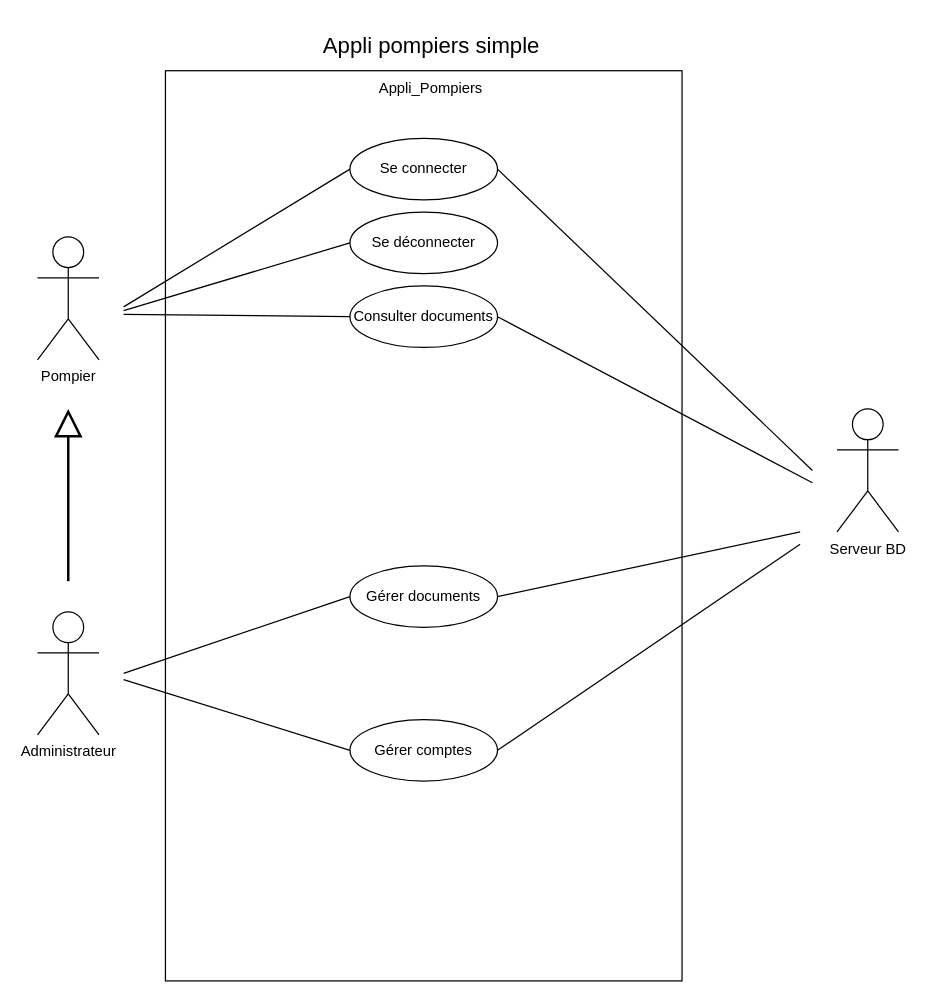
DorianLudm/Appli_Pompiers keeps this draw.io diagram as page "CU simple" (1 of 2) of CasUtilisation.drawio. Above is the earlier version. Source tidied: cells renumbered, new cells numbered last; positions are measured from the earlier drawing's top-left corner, leaving out a move shared by most shapes. Both pictures are drawn from the tidied source at 123%, with x=0, y=0 at pixel (37, 21).
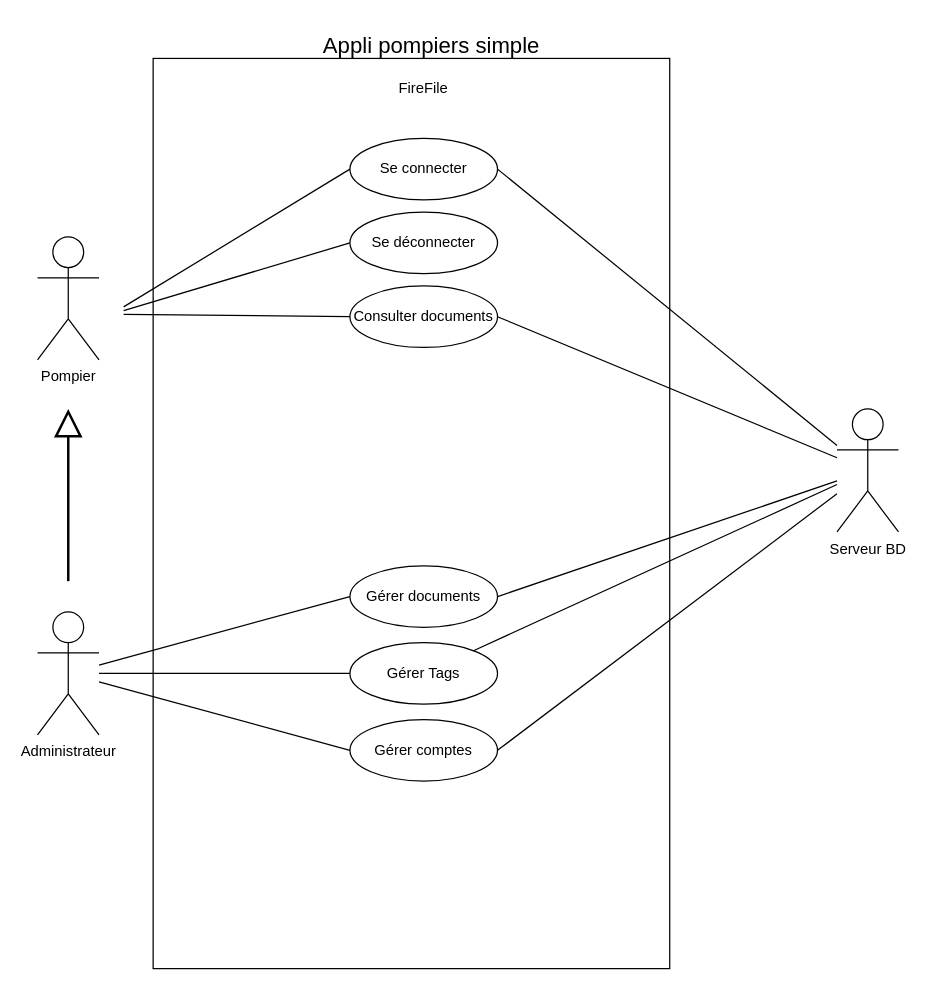
The same diagram, later.

The change refers to these unchanged cells:
```xml
<mxCell id="4" value="Administrateur" style="shape=umlActor;verticalLabelPosition=bottom;verticalAlign=top;html=1;outlineConnect=0;" parent="1" vertex="1">
  <mxGeometry y="480" width="50" height="100" as="geometry" />
</mxCell>
<mxCell id="6" value="Se connecter" style="ellipse;whiteSpace=wrap;html=1;" parent="1" vertex="1">
  <mxGeometry x="254" y="95" width="120" height="50" as="geometry" />
</mxCell>
<mxCell id="8" value="Serveur BD" style="shape=umlActor;verticalLabelPosition=bottom;verticalAlign=top;html=1;outlineConnect=0;" parent="1" vertex="1">
  <mxGeometry x="650" y="315" width="50" height="100" as="geometry" />
</mxCell>
<mxCell id="10" value="Consulter documents" style="ellipse;whiteSpace=wrap;html=1;" parent="1" vertex="1">
  <mxGeometry x="254" y="215" width="120" height="50" as="geometry" />
</mxCell>
<mxCell id="16" value="Gérer documents" style="ellipse;whiteSpace=wrap;html=1;" parent="1" vertex="1">
  <mxGeometry x="254" y="442.5" width="120" height="50" as="geometry" />
</mxCell>
<mxCell id="17" value="Se déconnecter" style="ellipse;whiteSpace=wrap;html=1;" parent="1" vertex="1">
  <mxGeometry x="254" y="155" width="120" height="50" as="geometry" />
</mxCell>
<mxCell id="20" value="Gérer comptes" style="ellipse;whiteSpace=wrap;html=1;" parent="1" vertex="1">
  <mxGeometry x="254" y="567.5" width="120" height="50" as="geometry" />
</mxCell>
```

What changed in the source:
```diff
@@
+    <mxCell id="5" style="rounded=0;whiteSpace=wrap;html=1;fillColor=none;" parent="1" vertex="1">
+      <mxGeometry x="94" y="30" width="420" height="740" as="geometry" />
+    </mxCell>
@@
-    <mxCell id="3" style="edgeStyle=orthogonalEdgeStyle;rounded=0;orthogonalLoop=1;jettySize=auto;html=1;endArrow=block;endFill=0;jumpSize=10;strokeWidth=2;targetPerimeterSpacing=0;endSize=18;" parent="1" edge="1">
-      <mxGeometry relative="1" as="geometry">
-        <mxPoint x="25" y="455" as="sourcePoint" />
-        <mxPoint x="25" y="315" as="targetPoint" />
-      </mxGeometry>
-    </mxCell>
+    <mxCell id="23" style="edgeStyle=orthogonalEdgeStyle;rounded=0;orthogonalLoop=1;jettySize=auto;html=1;endArrow=block;endFill=0;jumpSize=10;strokeWidth=2;targetPerimeterSpacing=0;endSize=18;" parent="1" edge="1">
+      <mxGeometry relative="1" as="geometry">
+        <mxPoint x="25" y="455" as="sourcePoint" />
+        <mxPoint x="25" y="315" as="targetPoint" />
+      </mxGeometry>
+    </mxCell>
@@
-    <mxCell id="5" style="rounded=0;whiteSpace=wrap;html=1;fillColor=none;" parent="1" vertex="1">
-      <mxGeometry x="104" y="40" width="420" height="740" as="geometry" />
-    </mxCell>
@@
-    <mxCell id="7" value="Appli_Pompiers" style="text;html=1;strokeColor=none;fillColor=none;align=center;verticalAlign=middle;whiteSpace=wrap;rounded=0;" parent="1" vertex="1">
-      <mxGeometry x="270" y="40" width="100" height="30" as="geometry" />
-    </mxCell>
+    <mxCell id="24" value="FireFile" style="text;html=1;strokeColor=none;fillColor=none;align=center;verticalAlign=middle;whiteSpace=wrap;rounded=0;" parent="1" vertex="1">
+      <mxGeometry x="264" y="40" width="100" height="30" as="geometry" />
+    </mxCell>
@@
-    <mxCell id="9" style="endArrow=none;html=1;rounded=0;exitX=1;exitY=0.5;exitDx=0;exitDy=0;" parent="1" edge="1" source="6">
-      <mxGeometry relative="1" as="geometry">
-        <mxPoint x="630" y="365" as="targetPoint" />
-      </mxGeometry>
-    </mxCell>
+    <mxCell id="25" style="endArrow=none;html=1;rounded=0;exitX=1;exitY=0.5;exitDx=0;exitDy=0;" parent="1" edge="1" source="6" target="8">
+      <mxGeometry relative="1" as="geometry" />
+    </mxCell>
@@
-    <mxCell id="11" style="endArrow=none;html=1;rounded=0;entryX=0;entryY=0.5;entryDx=0;entryDy=0;" parent="1" edge="1" target="6">
-      <mxGeometry relative="1" as="geometry">
-        <mxPoint x="70" y="232" as="sourcePoint" />
-      </mxGeometry>
-    </mxCell>
-    <mxCell id="12" style="endArrow=none;html=1;rounded=0;entryX=0;entryY=0.5;entryDx=0;entryDy=0;" parent="1" edge="1" target="10">
-      <mxGeometry relative="1" as="geometry">
-        <mxPoint x="70" y="238" as="sourcePoint" />
-      </mxGeometry>
-    </mxCell>
-    <mxCell id="13" style="endArrow=none;html=1;rounded=0;exitX=1;exitY=0.5;exitDx=0;exitDy=0;" parent="1" edge="1" source="10">
-      <mxGeometry relative="1" as="geometry">
-        <mxPoint x="630" y="375" as="targetPoint" />
-      </mxGeometry>
-    </mxCell>
+    <mxCell id="26" style="endArrow=none;html=1;rounded=0;entryX=0;entryY=0.5;entryDx=0;entryDy=0;" parent="1" edge="1" target="6">
+      <mxGeometry relative="1" as="geometry">
+        <mxPoint x="70" y="232" as="sourcePoint" />
+      </mxGeometry>
+    </mxCell>
+    <mxCell id="27" style="endArrow=none;html=1;rounded=0;entryX=0;entryY=0.5;entryDx=0;entryDy=0;" parent="1" edge="1" target="10">
+      <mxGeometry relative="1" as="geometry">
+        <mxPoint x="70" y="238" as="sourcePoint" />
+      </mxGeometry>
+    </mxCell>
+    <mxCell id="28" style="endArrow=none;html=1;rounded=0;exitX=1;exitY=0.5;exitDx=0;exitDy=0;" parent="1" edge="1" source="10" target="8">
+      <mxGeometry relative="1" as="geometry" />
+    </mxCell>
@@
-    <mxCell id="15" style="rounded=0;jettySize=auto;html=1;endArrow=none;endFill=0;exitX=1;exitY=0.5;exitDx=0;exitDy=0;" parent="1" edge="1" source="16">
-      <mxGeometry relative="1" as="geometry">
-        <mxPoint x="620" y="415" as="targetPoint" />
-      </mxGeometry>
-    </mxCell>
+    <mxCell id="29" style="rounded=0;jettySize=auto;html=1;endArrow=none;endFill=0;exitX=1;exitY=0.5;exitDx=0;exitDy=0;" parent="1" edge="1" source="16" target="8">
+      <mxGeometry relative="1" as="geometry" />
+    </mxCell>
@@
-    <mxCell id="18" style="endArrow=none;html=1;rounded=0;entryX=0;entryY=0.5;entryDx=0;entryDy=0;" parent="1" edge="1" target="17">
-      <mxGeometry relative="1" as="geometry">
-        <mxPoint x="70" y="235" as="sourcePoint" />
-      </mxGeometry>
-    </mxCell>
-    <mxCell id="19" style="rounded=0;jettySize=auto;html=1;exitX=1;exitY=0.5;exitDx=0;exitDy=0;endArrow=none;endFill=0;" parent="1" edge="1" source="20">
-      <mxGeometry relative="1" as="geometry">
-        <mxPoint x="620" y="425" as="targetPoint" />
-      </mxGeometry>
-    </mxCell>
+    <mxCell id="30" style="endArrow=none;html=1;rounded=0;entryX=0;entryY=0.5;entryDx=0;entryDy=0;" parent="1" edge="1" target="17">
+      <mxGeometry relative="1" as="geometry">
+        <mxPoint x="70" y="235" as="sourcePoint" />
+      </mxGeometry>
+    </mxCell>
+    <mxCell id="31" style="rounded=0;jettySize=auto;html=1;exitX=1;exitY=0.5;exitDx=0;exitDy=0;endArrow=none;endFill=0;" parent="1" edge="1" source="20" target="8">
+      <mxGeometry relative="1" as="geometry" />
+    </mxCell>
@@
-    <mxCell id="21" style="endArrow=none;html=1;rounded=0;entryX=0;entryY=0.5;entryDx=0;entryDy=0;" parent="1" edge="1" target="16">
-      <mxGeometry relative="1" as="geometry">
-        <mxPoint x="70" y="530" as="sourcePoint" />
-      </mxGeometry>
-    </mxCell>
-    <mxCell id="22" style="endArrow=none;html=1;rounded=0;entryX=0;entryY=0.5;entryDx=0;entryDy=0;" parent="1" edge="1" target="20">
-      <mxGeometry relative="1" as="geometry">
-        <mxPoint x="70" y="535" as="sourcePoint" />
-      </mxGeometry>
-    </mxCell>
+    <mxCell id="32" style="endArrow=none;html=1;rounded=0;entryX=0;entryY=0.5;entryDx=0;entryDy=0;" parent="1" edge="1" source="4" target="16">
+      <mxGeometry relative="1" as="geometry" />
+    </mxCell>
+    <mxCell id="33" style="endArrow=none;html=1;rounded=0;entryX=0;entryY=0.5;entryDx=0;entryDy=0;" parent="1" edge="1" source="4" target="20">
+      <mxGeometry relative="1" as="geometry" />
+    </mxCell>
+    <mxCell id="34" value="Gérer Tags" style="ellipse;whiteSpace=wrap;html=1;" parent="1" vertex="1">
+      <mxGeometry x="254" y="505" width="120" height="50" as="geometry" />
+    </mxCell>
+    <mxCell id="35" style="endArrow=none;html=1;rounded=0;" parent="1" edge="1" source="4" target="34">
+      <mxGeometry relative="1" as="geometry" />
+    </mxCell>
+    <mxCell id="36" style="endArrow=none;html=1;rounded=0;" parent="1" edge="1" source="8" target="34">
+      <mxGeometry relative="1" as="geometry" />
+    </mxCell>
```
